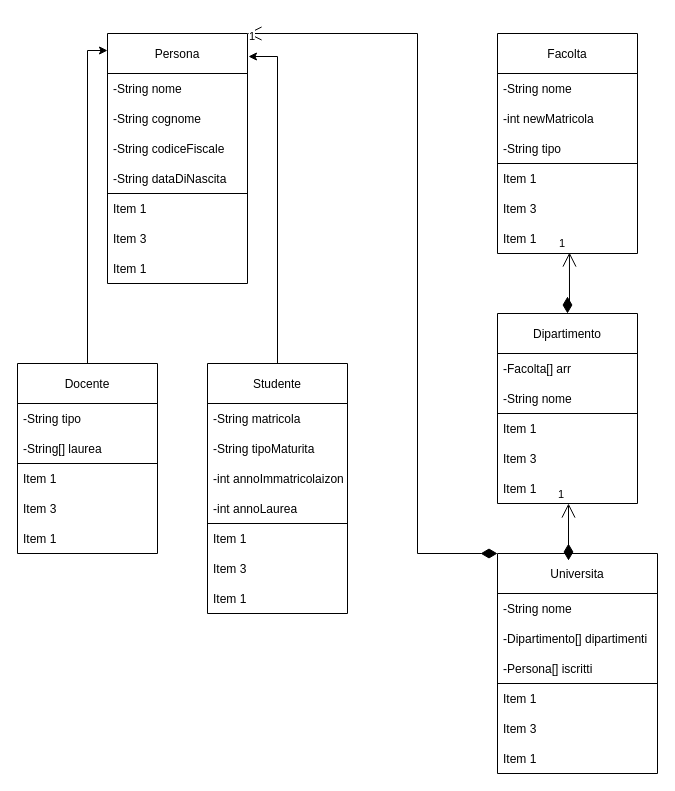
This is UMLUni.drawio from SamueleFacenda/GestioneUniCompito, a draw.io file, before an edit. Source tidied: cells renumbered, new cells numbered last; positions are measured from the earlier drawing's top-left corner, leaving out a move shared by most shapes. Both pictures are drawn from the tidied source at 100%, with x=0, y=0 at pixel (17, 33).
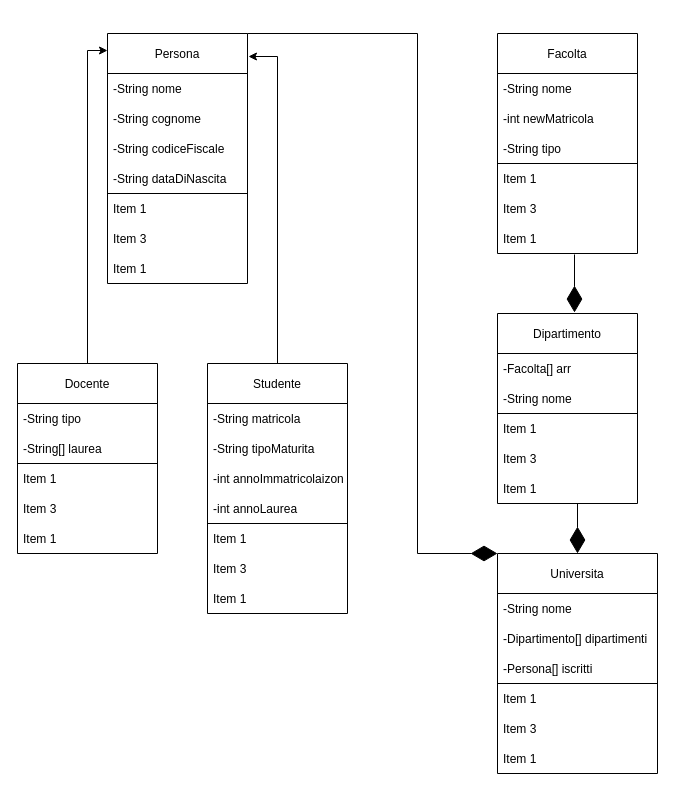
The same diagram, later.

Unchanged cells that the change refers to:
```xml
<mxCell id="2" value="Persona" style="swimlane;fontStyle=0;horizontal=1;startSize=40;" parent="1" vertex="1">
  <mxGeometry x="90" width="140" height="250" as="geometry" />
</mxCell>
<mxCell id="36" value="Item 1" style="text;strokeColor=none;fillColor=none;align=left;verticalAlign=middle;spacingLeft=4;spacingRight=4;overflow=hidden;points=[[0,0.5],[1,0.5]];portConstraint=eastwest;" parent="29" vertex="1">
  <mxGeometry y="190" width="140" height="30" as="geometry" />
</mxCell>
<mxCell id="37" value="Dipartimento" style="swimlane;fontStyle=0;horizontal=1;startSize=40;" parent="1" vertex="1">
  <mxGeometry x="480" y="280" width="140" height="190" as="geometry" />
</mxCell>
<mxCell id="44" value="Universita" style="swimlane;fontStyle=0;horizontal=1;startSize=40;" parent="1" vertex="1">
  <mxGeometry x="480" y="520" width="160" height="220" as="geometry" />
</mxCell>
```

Diff of the diagram source:
```diff
@@
-    <mxCell id="52" value="1" style="endArrow=open;html=1;endSize=12;startArrow=diamondThin;startSize=14;startFill=1;edgeStyle=orthogonalEdgeStyle;align=left;verticalAlign=bottom;rounded=0;entryX=0.514;entryY=0.967;entryDx=0;entryDy=0;entryPerimeter=0;exitX=0.5;exitY=0;exitDx=0;exitDy=0;" parent="1" edge="1" source="37" target="36">
-      <mxGeometry x="1" y="12" relative="1" as="geometry">
-        <Array as="points">
-          <mxPoint x="550" y="270" />
-          <mxPoint x="552" y="270" />
-        </Array>
-      </mxGeometry>
-    </mxCell>
-    <mxCell id="53" value="1" style="endArrow=open;html=1;endSize=12;startArrow=diamondThin;startSize=14;startFill=1;edgeStyle=orthogonalEdgeStyle;align=left;verticalAlign=bottom;rounded=0;entryX=0.514;entryY=0.967;entryDx=0;entryDy=0;entryPerimeter=0;" parent="1" edge="1">
-      <mxGeometry x="1" y="12" relative="1" as="geometry">
-        <mxPoint x="551" y="510" as="sourcePoint" />
-        <mxPoint x="551" y="470" as="targetPoint" />
-        <Array as="points">
-          <mxPoint x="551" y="520" />
-          <mxPoint x="551" y="520" />
-        </Array>
-      </mxGeometry>
-    </mxCell>
-    <mxCell id="54" value="1" style="endArrow=open;html=1;endSize=12;startArrow=diamondThin;startSize=14;startFill=1;edgeStyle=orthogonalEdgeStyle;align=left;verticalAlign=bottom;rounded=0;entryX=1;entryY=0;entryDx=0;entryDy=0;exitX=0;exitY=0;exitDx=0;exitDy=0;" parent="1" edge="1" source="44" target="2">
-      <mxGeometry x="1" y="12" relative="1" as="geometry">
-        <Array as="points">
-          <mxPoint x="400" y="520" />
-          <mxPoint x="400" />
-        </Array>
-      </mxGeometry>
-    </mxCell>
+    <mxCell id="55" style="endArrow=diamondThin;endFill=1;endSize=24;html=1;rounded=0;exitX=0.55;exitY=1.033;exitDx=0;exitDy=0;exitPerimeter=0;entryX=0.55;entryY=-0.005;entryDx=0;entryDy=0;entryPerimeter=0;" parent="1" edge="1" source="36" target="37">
+      <mxGeometry relative="1" as="geometry" />
+    </mxCell>
+    <mxCell id="56" style="endArrow=diamondThin;endFill=1;endSize=24;html=1;rounded=0;entryX=0.5;entryY=0;entryDx=0;entryDy=0;" parent="1" edge="1" target="44">
+      <mxGeometry relative="1" as="geometry">
+        <mxPoint x="560" y="470" as="sourcePoint" />
+      </mxGeometry>
+    </mxCell>
+    <mxCell id="57" style="endArrow=diamondThin;endFill=1;endSize=24;html=1;rounded=0;exitX=1;exitY=0;exitDx=0;exitDy=0;entryX=0;entryY=0;entryDx=0;entryDy=0;" parent="1" edge="1" source="2" target="44">
+      <mxGeometry relative="1" as="geometry">
+        <Array as="points">
+          <mxPoint x="400" />
+          <mxPoint x="400" y="520" />
+        </Array>
+      </mxGeometry>
+    </mxCell>
```
